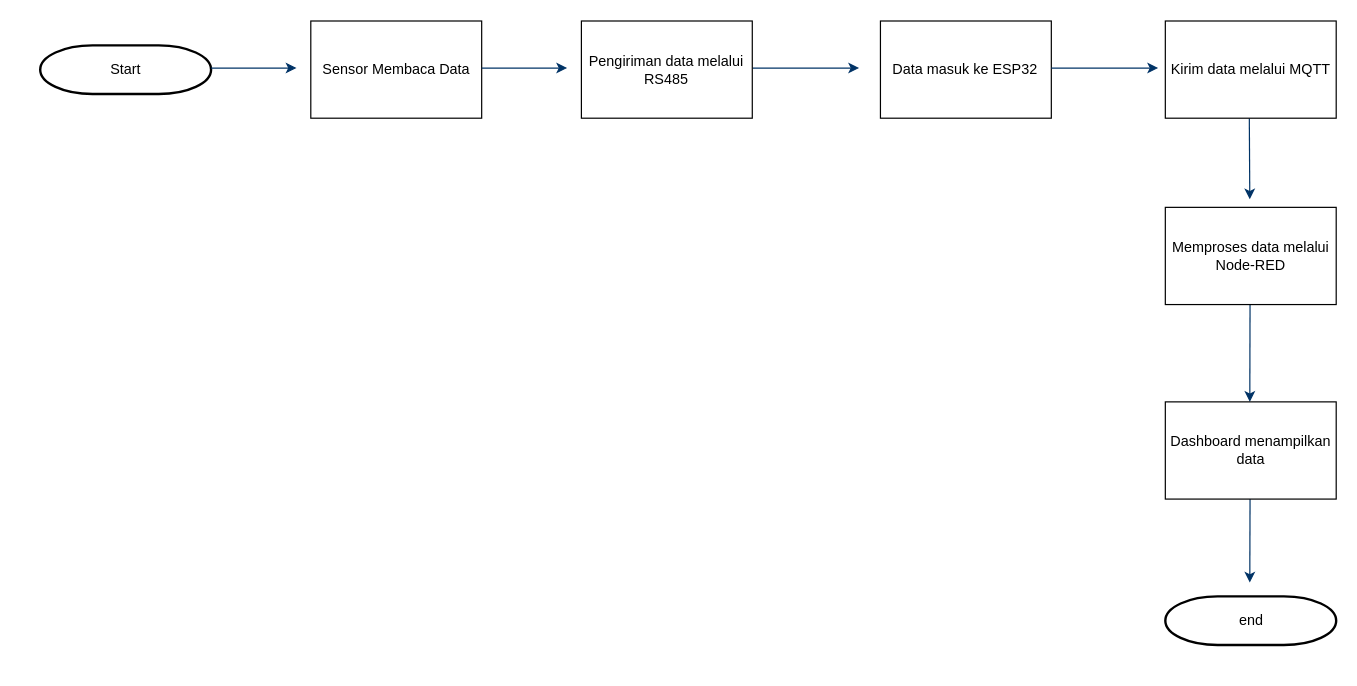
This is flowchart laporan.drawio from Pumpkins20/ecommerce-shoes, a draw.io file, before an edit. Source tidied: cells renumbered, new cells numbered last; positions are measured from the earlier drawing's top-left corner, leaving out a move shared by most shapes. Both pictures are drawn from the tidied source at 120%, with x=0, y=0 at pixel (40, 20).
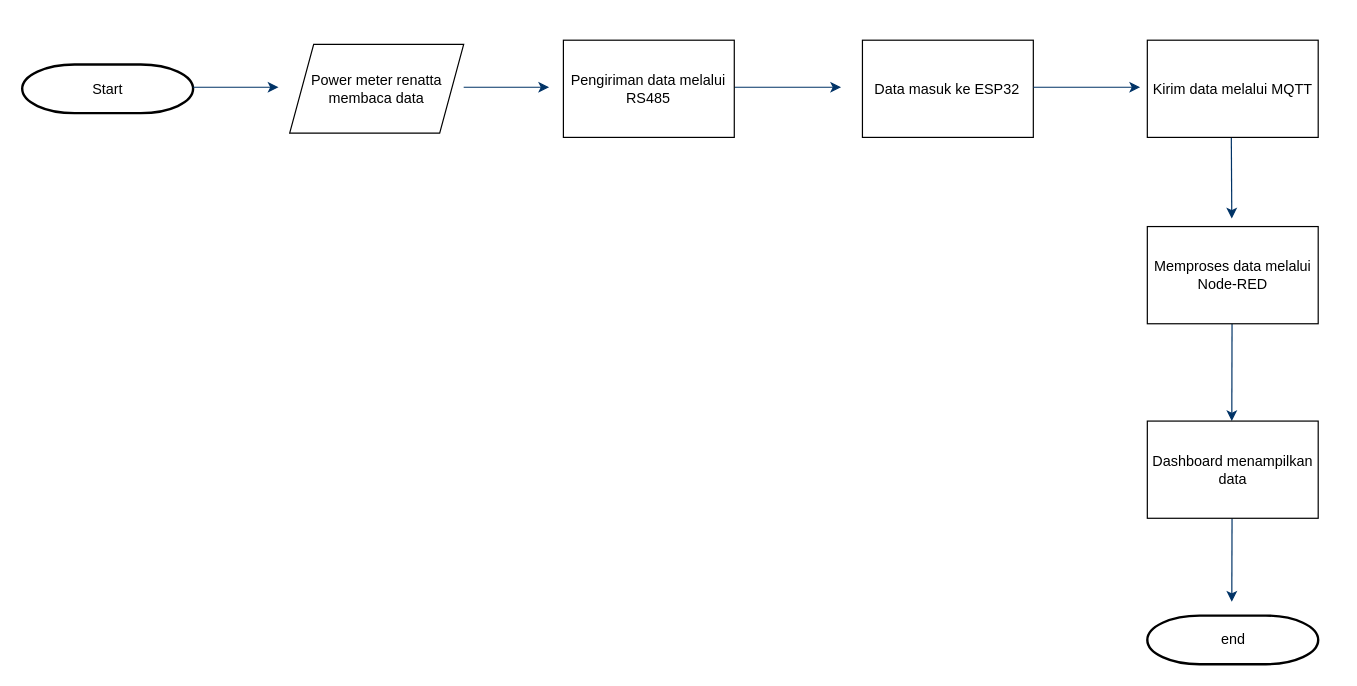
The same page after the edit.

The edit, as a diff of the source:
```diff
@@
-    <mxCell id="2" style="group;" parent="1" vertex="1">
-      <mxGeometry width="1080" height="520" as="geometry" />
-    </mxCell>
-    <mxCell id="3" value="Start" style="shape=mxgraph.flowchart.terminator;strokeWidth=2;gradientColor=none;gradientDirection=north;fontStyle=0;html=1;" parent="2" vertex="1">
-      <mxGeometry y="20.3" width="142.4" height="40.5" as="geometry" />
+    <mxCell id="3" value="Start" style="shape=mxgraph.flowchart.terminator;strokeWidth=2;gradientColor=none;gradientDirection=north;fontStyle=0;html=1;" parent="1" vertex="1">
+      <mxGeometry x="-15" y="36.3" width="142.4" height="40.5" as="geometry" />
     </mxCell>
-    <mxCell id="4" style="fontStyle=1;strokeColor=#003366;strokeWidth=1;html=1;" parent="2" edge="1">
+    <mxCell id="4" style="fontStyle=1;strokeColor=#003366;strokeWidth=1;html=1;" parent="1" edge="1">
       <mxGeometry relative="1" as="geometry">
-        <mxPoint x="593.4" y="39.2" as="sourcePoint" />
-        <mxPoint x="682.4" y="39.2" as="targetPoint" />
+        <mxPoint x="578.4" y="55.2" as="sourcePoint" />
+        <mxPoint x="667.4" y="55.2" as="targetPoint" />
       </mxGeometry>
     </mxCell>
-    <mxCell id="5" style="edgeStyle=elbowEdgeStyle;elbow=horizontal;fontStyle=1;strokeColor=#003366;strokeWidth=1;html=1;" parent="2" edge="1">
-      <mxGeometry as="geometry">
-        <mxPoint x="1007.6" y="81" as="sourcePoint" />
-        <mxPoint x="1007.6" y="148.6" as="targetPoint" />
+    <mxCell id="5" style="edgeStyle=elbowEdgeStyle;elbow=horizontal;fontStyle=1;strokeColor=#003366;strokeWidth=1;html=1;" parent="1" edge="1">
+      <mxGeometry x="45" y="160" as="geometry">
+        <mxPoint x="992.6" y="97" as="sourcePoint" />
+        <mxPoint x="992.6" y="164.6" as="targetPoint" />
       </mxGeometry>
     </mxCell>
-    <mxCell id="6" style="edgeStyle=elbowEdgeStyle;elbow=horizontal;exitX=0.5;exitY=1;exitPerimeter=0;fontStyle=1;strokeColor=#003366;strokeWidth=1;html=1;" parent="2" edge="1">
-      <mxGeometry as="geometry">
-        <mxPoint x="1008.2" y="236.4" as="sourcePoint" />
-        <mxPoint x="1008.2" y="317.4" as="targetPoint" />
+    <mxCell id="6" style="edgeStyle=elbowEdgeStyle;elbow=horizontal;exitX=0.5;exitY=1;exitPerimeter=0;fontStyle=1;strokeColor=#003366;strokeWidth=1;html=1;" parent="1" edge="1">
+      <mxGeometry x="45" y="160" as="geometry">
+        <mxPoint x="993.2" y="252.4" as="sourcePoint" />
+        <mxPoint x="993.2" y="333.4" as="targetPoint" />
       </mxGeometry>
     </mxCell>
-    <mxCell id="7" style="edgeStyle=elbowEdgeStyle;elbow=horizontal;exitX=0.5;exitY=1;exitPerimeter=0;fontStyle=1;strokeColor=#003366;strokeWidth=1;html=1;" parent="2" edge="1">
-      <mxGeometry as="geometry">
-        <mxPoint x="1008.2" y="398.4" as="sourcePoint" />
-        <mxPoint x="1008.2" y="468" as="targetPoint" />
+    <mxCell id="7" style="edgeStyle=elbowEdgeStyle;elbow=horizontal;exitX=0.5;exitY=1;exitPerimeter=0;fontStyle=1;strokeColor=#003366;strokeWidth=1;html=1;" parent="1" edge="1">
+      <mxGeometry x="45" y="160" as="geometry">
+        <mxPoint x="993.2" y="414.4" as="sourcePoint" />
+        <mxPoint x="993.2" y="484" as="targetPoint" />
       </mxGeometry>
     </mxCell>
-    <mxCell id="8" value="end" style="shape=mxgraph.flowchart.terminator;strokeWidth=2;gradientColor=none;gradientDirection=north;fontStyle=0;html=1;" parent="2" vertex="1">
-      <mxGeometry x="937.6" y="479.5" width="142.4" height="40.5" as="geometry" />
+    <mxCell id="8" value="end" style="shape=mxgraph.flowchart.terminator;strokeWidth=2;gradientColor=none;gradientDirection=north;fontStyle=0;html=1;" parent="1" vertex="1">
+      <mxGeometry x="922.6" y="495.5" width="142.4" height="40.5" as="geometry" />
     </mxCell>
-    <mxCell id="9" value="Sensor Membaca Data" style="rounded=0;whiteSpace=wrap;html=1;" parent="2" vertex="1">
-      <mxGeometry x="225.5" width="142.4" height="81" as="geometry" />
-    </mxCell>
-    <mxCell id="10" value="Pengiriman data melalui RS485" style="rounded=0;whiteSpace=wrap;html=1;" parent="2" vertex="1">
-      <mxGeometry x="451" width="142.4" height="81" as="geometry" />
+    <mxCell id="10" value="Pengiriman data melalui RS485" style="rounded=0;whiteSpace=wrap;html=1;" parent="1" vertex="1">
+      <mxGeometry x="436" y="16" width="142.4" height="81" as="geometry" />
     </mxCell>
-    <mxCell id="11" value="Data masuk ke ESP32" style="rounded=0;whiteSpace=wrap;html=1;" parent="2" vertex="1">
-      <mxGeometry x="700.2" width="142.4" height="81" as="geometry" />
+    <mxCell id="11" value="Data masuk ke ESP32" style="rounded=0;whiteSpace=wrap;html=1;" parent="1" vertex="1">
+      <mxGeometry x="685.2" y="16" width="142.4" height="81" as="geometry" />
     </mxCell>
-    <mxCell id="12" value="Kirim data melalui MQTT" style="rounded=0;whiteSpace=wrap;html=1;" parent="2" vertex="1">
-      <mxGeometry x="937.6" width="142.4" height="81" as="geometry" />
+    <mxCell id="12" value="Kirim data melalui MQTT" style="rounded=0;whiteSpace=wrap;html=1;" parent="1" vertex="1">
+      <mxGeometry x="922.6" y="16" width="142.4" height="81" as="geometry" />
     </mxCell>
-    <mxCell id="13" value="Memproses data melalui Node-RED" style="rounded=0;whiteSpace=wrap;html=1;" parent="2" vertex="1">
-      <mxGeometry x="937.6" y="155.3" width="142.4" height="81" as="geometry" />
+    <mxCell id="13" value="Memproses data melalui Node-RED" style="rounded=0;whiteSpace=wrap;html=1;" parent="1" vertex="1">
+      <mxGeometry x="922.6" y="171.3" width="142.4" height="81" as="geometry" />
     </mxCell>
-    <mxCell id="14" value="Dashboard menampilkan data" style="rounded=0;whiteSpace=wrap;html=1;" parent="2" vertex="1">
-      <mxGeometry x="937.6" y="317.4" width="142.4" height="81" as="geometry" />
+    <mxCell id="14" value="Dashboard menampilkan data" style="rounded=0;whiteSpace=wrap;html=1;" parent="1" vertex="1">
+      <mxGeometry x="922.6" y="333.4" width="142.4" height="81" as="geometry" />
     </mxCell>
-    <mxCell id="15" style="fontStyle=1;strokeColor=#003366;strokeWidth=1;html=1;" parent="2" edge="1">
+    <mxCell id="15" style="fontStyle=1;strokeColor=#003366;strokeWidth=1;html=1;" parent="1" edge="1">
       <mxGeometry relative="1" as="geometry">
-        <mxPoint x="142.4" y="39.2" as="sourcePoint" />
-        <mxPoint x="213.6" y="39.2" as="targetPoint" />
+        <mxPoint x="127.4" y="55.2" as="sourcePoint" />
+        <mxPoint x="198.6" y="55.2" as="targetPoint" />
       </mxGeometry>
     </mxCell>
-    <mxCell id="16" style="fontStyle=1;strokeColor=#003366;strokeWidth=1;html=1;" parent="2" edge="1">
+    <mxCell id="16" style="fontStyle=1;strokeColor=#003366;strokeWidth=1;html=1;" parent="1" edge="1">
       <mxGeometry relative="1" as="geometry">
-        <mxPoint x="367.9" y="39.2" as="sourcePoint" />
-        <mxPoint x="439.1" y="39.2" as="targetPoint" />
+        <mxPoint x="352.9" y="55.2" as="sourcePoint" />
+        <mxPoint x="424.1" y="55.2" as="targetPoint" />
       </mxGeometry>
     </mxCell>
-    <mxCell id="17" style="fontStyle=1;strokeColor=#003366;strokeWidth=1;html=1;" parent="2" edge="1">
+    <mxCell id="17" style="fontStyle=1;strokeColor=#003366;strokeWidth=1;html=1;" parent="1" edge="1">
       <mxGeometry relative="1" as="geometry">
-        <mxPoint x="842.6" y="39.2" as="sourcePoint" />
-        <mxPoint x="931.6" y="39.2" as="targetPoint" />
+        <mxPoint x="827.6" y="55.2" as="sourcePoint" />
+        <mxPoint x="916.6" y="55.2" as="targetPoint" />
       </mxGeometry>
     </mxCell>
+    <mxCell id="18" value="Power meter renatta&lt;div&gt;membaca data&lt;/div&gt;" style="shape=parallelogram;perimeter=parallelogramPerimeter;whiteSpace=wrap;html=1;fixedSize=1;" parent="1" vertex="1">
+      <mxGeometry x="207.9" y="19.5" width="145" height="74" as="geometry" />
+    </mxCell>
```
